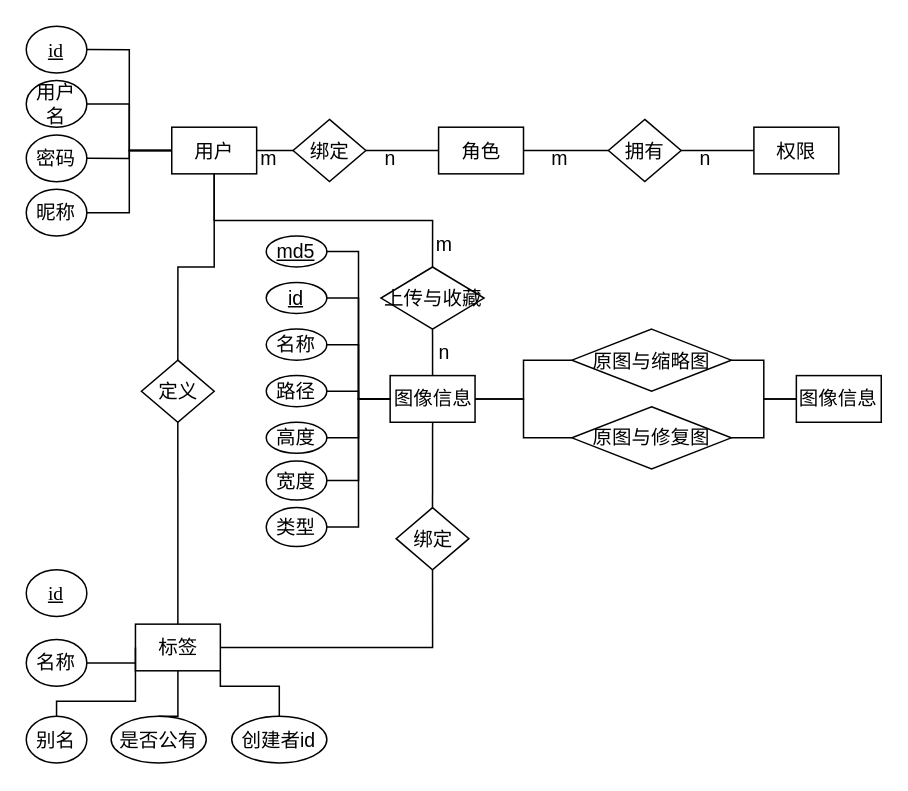
LiSoulSpace/GitBook keeps this draw.io diagram as 数据表ER图.drawio. Above is the earlier version. Source tidied: cells renumbered, new cells numbered last; positions are measured from the earlier drawing's top-left corner, leaving out a move shared by most shapes. Both pictures are drawn from the tidied source at 150%, with x=0, y=0 at pixel (26, 26).
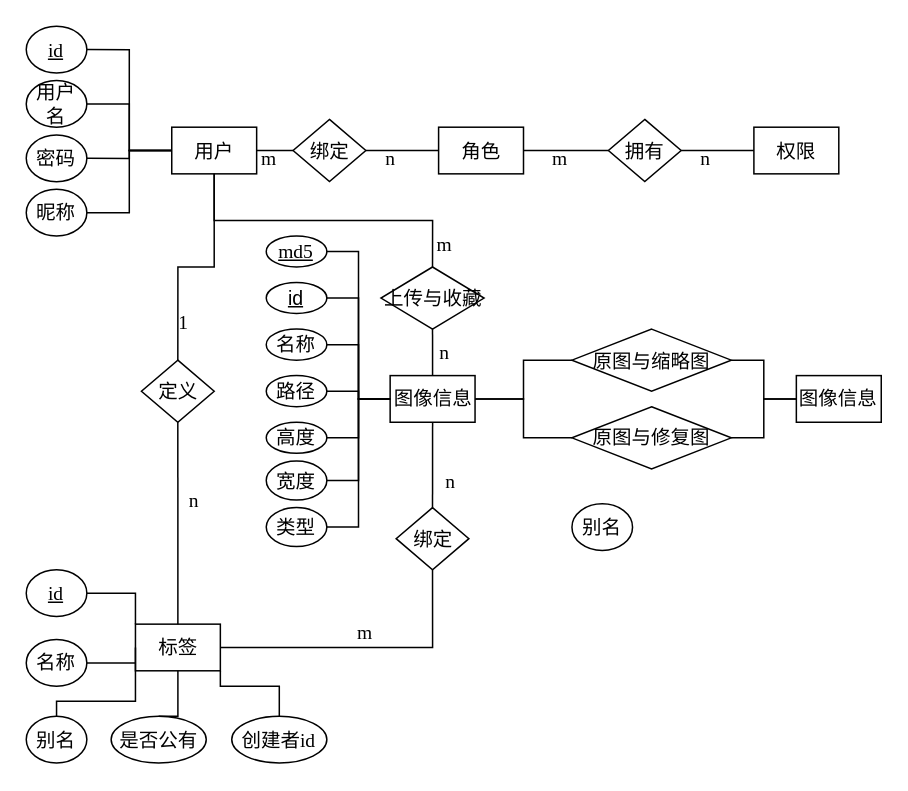
The same page after the edit.

Commit message (it also covers changes not shown here):
更新数据表ER图.drawio

The change refers to these unchanged cells:
```xml
<mxCell id="17" value="标签" style="rounded=0;whiteSpace=wrap;html=1;fontFamily=宋体;fontSize=13;" parent="1" vertex="1">
  <mxGeometry x="72.8" y="398.6" width="56.6" height="31.1" as="geometry" />
</mxCell>
<mxCell id="59" value="&lt;u style=&quot;font-size: 13px;&quot;&gt;id&lt;/u&gt;" style="ellipse;whiteSpace=wrap;html=1;fontFamily=Times New Roman;fontSize=13;fontColor=default;" parent="1" vertex="1">
  <mxGeometry y="362.4" width="40.4" height="31.1" as="geometry" />
</mxCell>
```

What changed in the source:
```diff
@@
-    <mxCell id="15" value="m" style="text;html=1;strokeColor=none;fillColor=none;align=center;verticalAlign=middle;whiteSpace=wrap;rounded=0;fontSize=13;fontFamily=宋体;fontColor=default;" parent="1" vertex="1">
+    <mxCell id="15" value="m" style="text;html=1;strokeColor=none;fillColor=none;align=center;verticalAlign=middle;whiteSpace=wrap;rounded=0;fontSize=13;fontFamily=Times New Roman;fontColor=default;" parent="1" vertex="1">
       <mxGeometry x="270.9" y="139.8" width="16.2" height="10.4" as="geometry" />
     </mxCell>
-    <mxCell id="16" value="n" style="text;html=1;strokeColor=none;fillColor=none;align=center;verticalAlign=middle;whiteSpace=wrap;rounded=0;fontSize=13;fontFamily=宋体;fontColor=default;" parent="1" vertex="1">
+    <mxCell id="16" value="n" style="text;html=1;strokeColor=none;fillColor=none;align=center;verticalAlign=middle;whiteSpace=wrap;rounded=0;fontSize=13;fontFamily=Times New Roman;fontColor=default;" parent="1" vertex="1">
       <mxGeometry x="270.9" y="212.2" width="16.2" height="10.4" as="geometry" />
     </mxCell>
@@
-    <mxCell id="36" value="m" style="text;html=1;strokeColor=none;fillColor=none;align=center;verticalAlign=middle;whiteSpace=wrap;rounded=0;fontSize=13;fontFamily=宋体;fontColor=default;" parent="1" vertex="1">
+    <mxCell id="36" value="m" style="text;html=1;strokeColor=none;fillColor=none;align=center;verticalAlign=middle;whiteSpace=wrap;rounded=0;fontSize=13;fontFamily=Times New Roman;fontColor=default;" parent="1" vertex="1">
       <mxGeometry x="153.6" y="82.8" width="16.2" height="10.4" as="geometry" />
     </mxCell>
-    <mxCell id="37" value="n" style="text;html=1;strokeColor=none;fillColor=none;align=center;verticalAlign=middle;whiteSpace=wrap;rounded=0;fontSize=13;fontFamily=宋体;fontColor=default;" parent="1" vertex="1">
+    <mxCell id="37" value="n" style="text;html=1;strokeColor=none;fillColor=none;align=center;verticalAlign=middle;whiteSpace=wrap;rounded=0;fontSize=13;fontFamily=Times New Roman;fontColor=default;" parent="1" vertex="1">
       <mxGeometry x="234.5" y="82.8" width="16.2" height="10.4" as="geometry" />
     </mxCell>
-    <mxCell id="38" value="m" style="text;html=1;strokeColor=none;fillColor=none;align=center;verticalAlign=middle;whiteSpace=wrap;rounded=0;fontSize=13;fontFamily=宋体;fontColor=default;" parent="1" vertex="1">
+    <mxCell id="38" value="m" style="text;html=1;strokeColor=none;fillColor=none;align=center;verticalAlign=middle;whiteSpace=wrap;rounded=0;fontSize=13;fontFamily=Times New Roman;fontColor=default;" parent="1" vertex="1">
       <mxGeometry x="347.7" y="82.8" width="16.2" height="10.4" as="geometry" />
     </mxCell>
-    <mxCell id="39" value="n" style="text;html=1;strokeColor=none;fillColor=none;align=center;verticalAlign=middle;whiteSpace=wrap;rounded=0;fontSize=13;fontFamily=宋体;fontColor=default;" parent="1" vertex="1">
+    <mxCell id="39" value="n" style="text;html=1;strokeColor=none;fillColor=none;align=center;verticalAlign=middle;whiteSpace=wrap;rounded=0;fontSize=13;fontFamily=Times New Roman;fontColor=default;" parent="1" vertex="1">
       <mxGeometry x="444.7" y="82.8" width="16.2" height="10.4" as="geometry" />
     </mxCell>
@@
-    <mxCell id="53" value="&lt;u style=&quot;font-size: 13px;&quot;&gt;md5&lt;/u&gt;" style="ellipse;whiteSpace=wrap;html=1;fontFamily=宋体;fontSize=13;fontColor=default;" parent="1" vertex="1">
+    <mxCell id="53" value="&lt;u style=&quot;font-size: 13px;&quot;&gt;md5&lt;/u&gt;" style="ellipse;whiteSpace=wrap;html=1;fontFamily=Times New Roman;fontSize=13;fontColor=default;" parent="1" vertex="1">
       <mxGeometry x="160" y="139.8" width="40.4" height="20.7" as="geometry" />
     </mxCell>
@@
+    <mxCell id="66" style="edgeStyle=orthogonalEdgeStyle;shape=connector;rounded=0;jettySize=auto;html=1;exitX=1;exitY=0.5;exitDx=0;exitDy=0;entryX=0;entryY=0;entryDx=0;entryDy=0;labelBackgroundColor=default;strokeColor=default;fontFamily=Helvetica;fontSize=11;fontColor=default;endArrow=none;endFill=0;" parent="1" edge="1" source="59" target="17">
+      <mxGeometry relative="1" as="geometry" />
+    </mxCell>
@@
-    <mxCell id="65" value="创建者id" style="ellipse;whiteSpace=wrap;html=1;fontFamily=宋体;fontSize=13;fontColor=default;" parent="1" vertex="1">
+    <mxCell id="65" value="创建者&lt;font face=&quot;Times New Roman&quot;&gt;id&lt;/font&gt;" style="ellipse;whiteSpace=wrap;html=1;fontFamily=宋体;fontSize=13;fontColor=default;" parent="1" vertex="1">
       <mxGeometry x="137" y="460" width="63.4" height="31.1" as="geometry" />
     </mxCell>
+    <mxCell id="67" value="n" style="text;html=1;strokeColor=none;fillColor=none;align=center;verticalAlign=middle;whiteSpace=wrap;rounded=0;fontSize=13;fontFamily=Times New Roman;fontColor=default;" parent="1" vertex="1">
+      <mxGeometry x="103.8" y="310.6" width="16.2" height="10.4" as="geometry" />
+    </mxCell>
+    <mxCell id="68" value="1" style="text;html=1;strokeColor=none;fillColor=none;align=center;verticalAlign=middle;whiteSpace=wrap;rounded=0;fontSize=13;fontFamily=Times New Roman;fontColor=default;" parent="1" vertex="1">
+      <mxGeometry x="97" y="191.5" width="16.2" height="10.4" as="geometry" />
+    </mxCell>
+    <mxCell id="69" value="m" style="text;html=1;strokeColor=none;fillColor=none;align=center;verticalAlign=middle;whiteSpace=wrap;rounded=0;fontSize=13;fontFamily=Times New Roman;fontColor=default;" parent="1" vertex="1">
+      <mxGeometry x="218.3" y="398.6" width="16.2" height="10.4" as="geometry" />
+    </mxCell>
+    <mxCell id="70" value="n" style="text;html=1;strokeColor=none;fillColor=none;align=center;verticalAlign=middle;whiteSpace=wrap;rounded=0;fontSize=13;fontFamily=Times New Roman;fontColor=default;" parent="1" vertex="1">
+      <mxGeometry x="274.9" y="297.6" width="16.2" height="10.4" as="geometry" />
+    </mxCell>
+    <mxCell id="71" value="别名" style="ellipse;whiteSpace=wrap;html=1;fontFamily=宋体;fontSize=13;fontColor=default;" parent="1" vertex="1">
+      <mxGeometry x="363.8" y="318.4" width="40.4" height="31.1" as="geometry" />
+    </mxCell>
```
